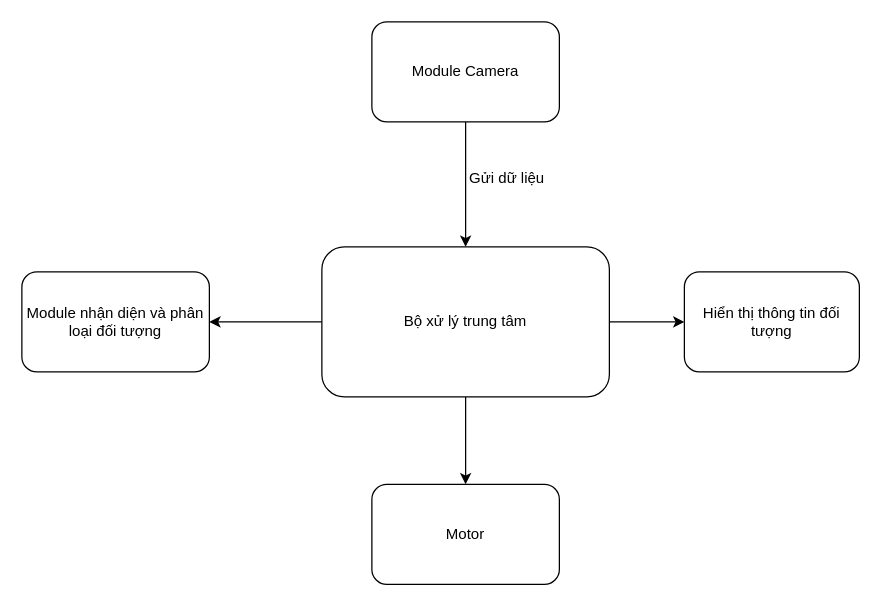
Earlier version of the draw.io diagram app/Biểu đồ không có tiêu đề.drawio (vuconfused/NotesApp). Source tidied: cells renumbered, new cells numbered last; positions are measured from the earlier drawing's top-left corner, leaving out a move shared by most shapes. Both pictures are drawn from the tidied source at 125%, with x=0, y=0 at pixel (21, 21).
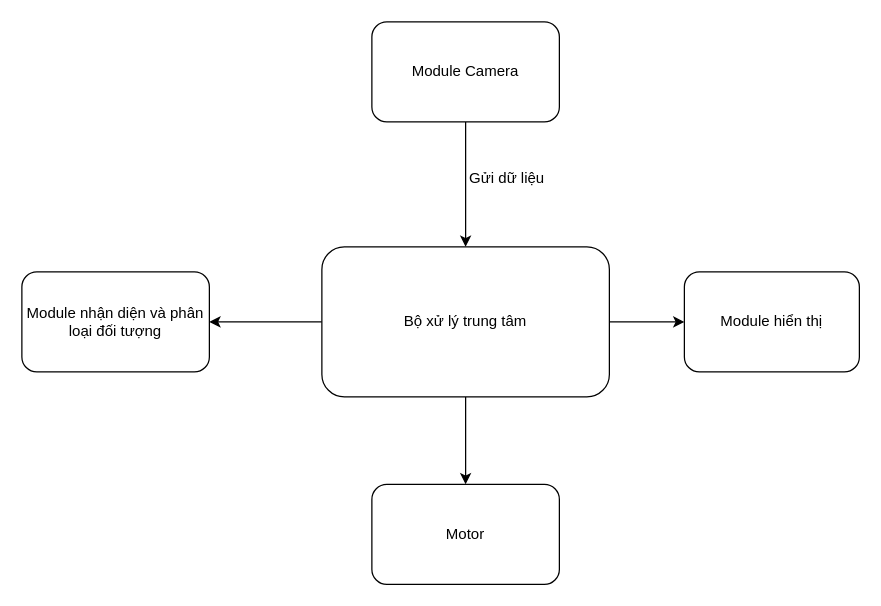
The same diagram, later.

Commit message (it also covers changes not shown here):
Cập nhật Biểu đồ không có tiêu đề.drawio

The edit, as a diff of the source:
```diff
@@
 <mxGraphModel>
   <root>
     <mxCell id="0" />
     <mxCell id="1" parent="0" />
     <mxCell id="2" style="edgeStyle=orthogonalEdgeStyle;rounded=0;jettySize=auto;html=1;entryX=1;entryY=0.5;entryDx=0;entryDy=0;" parent="1" edge="1" source="5" target="8">
       <mxGeometry relative="1" as="geometry" />
     </mxCell>
     <mxCell id="3" style="edgeStyle=orthogonalEdgeStyle;rounded=0;jettySize=auto;html=1;entryX=0.5;entryY=0;entryDx=0;entryDy=0;" parent="1" edge="1" source="5" target="9">
       <mxGeometry relative="1" as="geometry" />
     </mxCell>
     <mxCell id="4" style="edgeStyle=orthogonalEdgeStyle;rounded=0;jettySize=auto;html=1;" parent="1" edge="1" source="5" target="11">
       <mxGeometry relative="1" as="geometry" />
     </mxCell>
     <mxCell id="5" value="Bộ xử lý trung tâm" style="rounded=1;whiteSpace=wrap;html=1;" parent="1" vertex="1">
       <mxGeometry x="240" y="180" width="230" height="120" as="geometry" />
     </mxCell>
     <mxCell id="6" style="edgeStyle=orthogonalEdgeStyle;rounded=0;jettySize=auto;html=1;entryX=0.5;entryY=0;entryDx=0;entryDy=0;" parent="1" edge="1" source="7" target="5">
       <mxGeometry relative="1" as="geometry" />
     </mxCell>
     <mxCell id="7" value="Module Camera" style="rounded=1;whiteSpace=wrap;html=1;" parent="1" vertex="1">
       <mxGeometry x="280" width="150" height="80" as="geometry" />
     </mxCell>
     <mxCell id="8" value="Module nhận diện và phân loại đối tượng" style="rounded=1;whiteSpace=wrap;html=1;" parent="1" vertex="1">
       <mxGeometry y="200" width="150" height="80" as="geometry" />
     </mxCell>
     <mxCell id="9" value="Motor" style="rounded=1;whiteSpace=wrap;html=1;" parent="1" vertex="1">
       <mxGeometry x="280" y="370" width="150" height="80" as="geometry" />
     </mxCell>
     <mxCell id="10" value="Gửi dữ liệu&amp;nbsp;" style="text;html=1;strokeColor=none;fillColor=none;align=center;verticalAlign=middle;whiteSpace=wrap;rounded=0;" parent="1" vertex="1">
       <mxGeometry x="340" y="110" width="100" height="30" as="geometry" />
     </mxCell>
-    <mxCell id="11" value="Hiển thị thông tin đối tượng" style="rounded=1;whiteSpace=wrap;html=1;" parent="1" vertex="1">
+    <mxCell id="11" value="Module hiển thị" style="rounded=1;whiteSpace=wrap;html=1;" parent="1" vertex="1">
       <mxGeometry x="530" y="200" width="140" height="80" as="geometry" />
     </mxCell>
   </root>
 </mxGraphModel>
```
